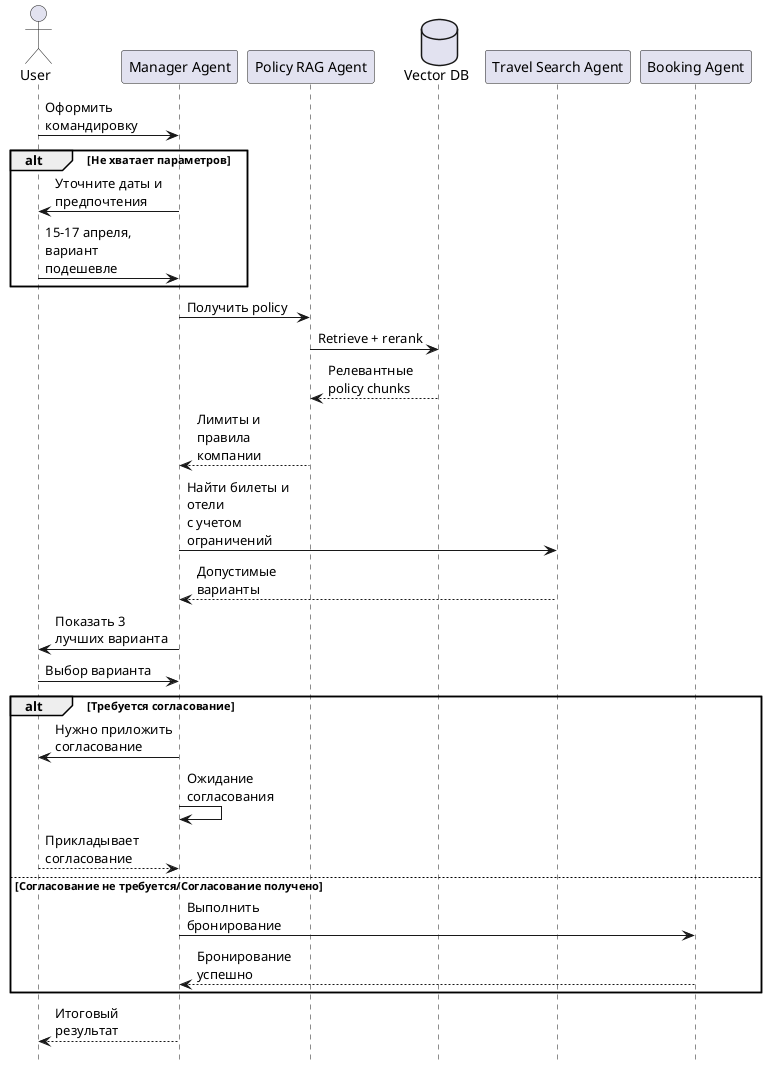
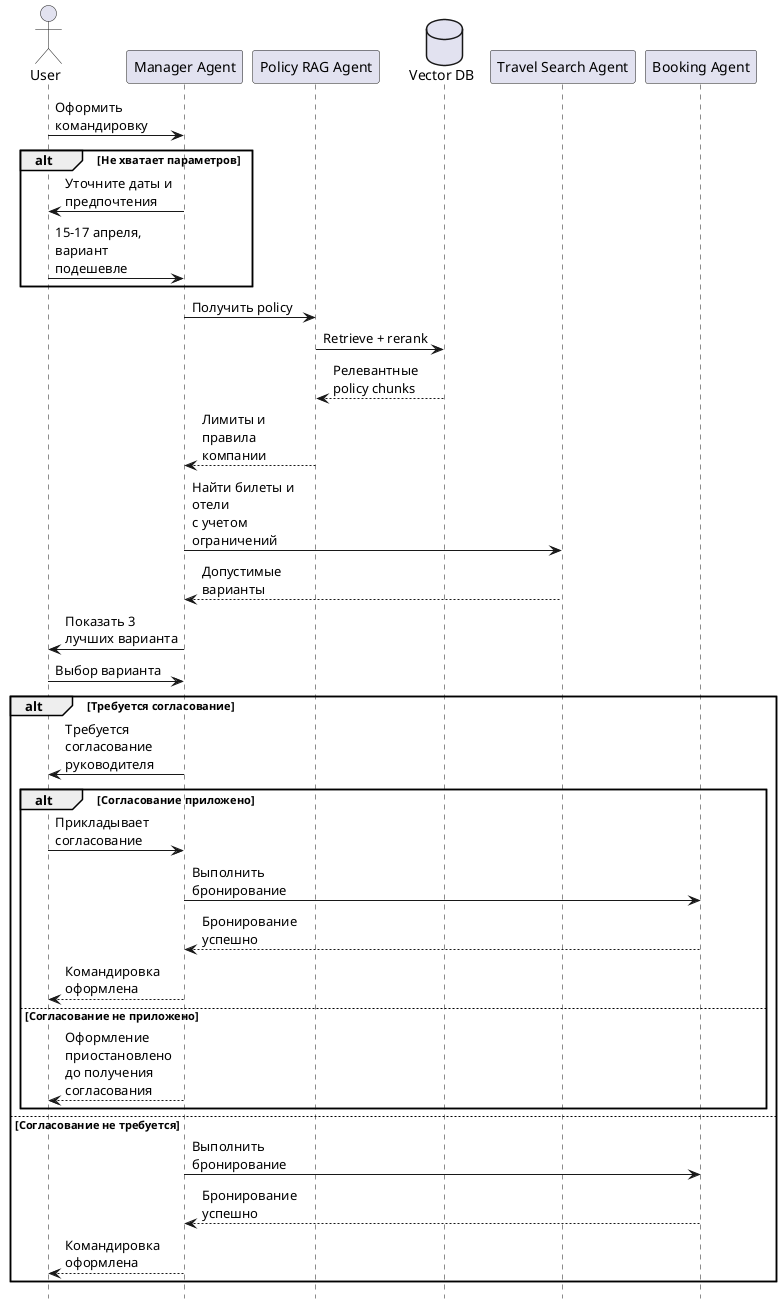
@startuml
hide footbox
skinparam sequenceMessageAlign left
skinparam maxMessageSize 120

actor User
participant "Manager Agent" as Manager
participant "Policy RAG Agent" as RAG
database "Vector DB" as VDB
participant "Travel Search Agent" as Search
participant "Booking Agent" as Booking

User -> Manager : Оформить командировку

alt Не хватает параметров
  Manager -> User : Уточните даты и предпочтения
  User -> Manager : 15-17 апреля,\nвариант подешевле
end

Manager -> RAG : Получить policy
RAG -> VDB : Retrieve + rerank
VDB --> RAG : Релевантные policy chunks
RAG --> Manager : Лимиты и правила компании

Manager -> Search : Найти билеты и отели\nс учетом ограничений
Search --> Manager : Допустимые варианты

Manager -> User : Показать 3 лучших варианта
User -> Manager : Выбор варианта

alt Требуется согласование
-   Manager -> User : Нужно приложить согласование
-   Manager -> Manager : Ожидание согласования
-   User --> Manager : Прикладывает согласование
- else Согласование не требуется/Согласование получено
+   Manager -> User : Требуется согласование руководителя
+ 
+   alt Согласование приложено
+     User -> Manager : Прикладывает согласование
+     Manager -> Booking : Выполнить бронирование
+     Booking --> Manager : Бронирование успешно
+     Manager --> User : Командировка оформлена
+   else Согласование не приложено
+     Manager --> User : Оформление приостановлено\nдо получения согласования
+   end
+ 
+ else Согласование не требуется
  Manager -> Booking : Выполнить бронирование
  Booking --> Manager : Бронирование успешно
+   Manager --> User : Командировка оформлена
end
- 
- Manager --> User : Итоговый результат
@enduml